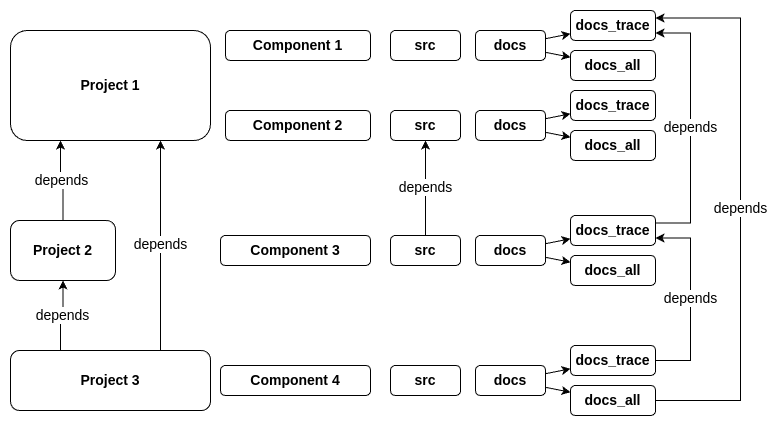
useblocks/bazel-drives-sphinx keeps this draw.io diagram as architecture.drawio.png. Above is the earlier version. Source tidied: cells renumbered, new cells last; positions are measured from the earlier drawing's top-left corner, leaving out a move shared by most shapes. Source of this version:
```xml
<mxGraphModel background="#ffffff">
  <root>
    <mxCell id="0" />
    <mxCell id="1" parent="0" />
    <mxCell id="2" value="Project 1" style="rounded=1;whiteSpace=wrap;html=1;fontSize=14;fontStyle=1;" parent="1" vertex="1">
      <mxGeometry y="20" width="200" height="110" as="geometry" />
    </mxCell>
    <mxCell id="3" value="depends" style="edgeStyle=orthogonalEdgeStyle;rounded=0;jettySize=auto;html=1;fontSize=14;entryX=0.25;entryY=1;entryDx=0;entryDy=0;" parent="1" edge="1" source="4" target="2">
      <mxGeometry relative="1" as="geometry" />
    </mxCell>
    <mxCell id="4" value="Project 2" style="rounded=1;whiteSpace=wrap;html=1;fontSize=14;fontStyle=1;" parent="1" vertex="1">
      <mxGeometry y="210" width="105" height="60" as="geometry" />
    </mxCell>
    <mxCell id="5" value="Project 3" style="rounded=1;whiteSpace=wrap;html=1;fontSize=14;fontStyle=1;" parent="1" vertex="1">
      <mxGeometry y="340" width="200" height="60" as="geometry" />
    </mxCell>
    <mxCell id="6" value="Component 1" style="rounded=1;whiteSpace=wrap;html=1;fontSize=14;fontStyle=1;" parent="1" vertex="1">
      <mxGeometry x="215" y="20" width="145" height="30" as="geometry" />
    </mxCell>
    <mxCell id="7" value="depends" style="edgeStyle=orthogonalEdgeStyle;rounded=0;jettySize=auto;html=1;fontSize=14;exitX=0.25;exitY=0;exitDx=0;exitDy=0;" parent="1" edge="1" source="5" target="4">
      <mxGeometry x="0.01" relative="1" as="geometry" />
    </mxCell>
    <mxCell id="8" value="depends" style="edgeStyle=orthogonalEdgeStyle;rounded=0;jettySize=auto;html=1;fontSize=14;exitX=0.75;exitY=0;exitDx=0;exitDy=0;entryX=0.75;entryY=1;entryDx=0;entryDy=0;" parent="1" edge="1" source="5" target="2">
      <mxGeometry x="0.01" relative="1" as="geometry" />
    </mxCell>
    <mxCell id="9" value="Component 2" style="rounded=1;whiteSpace=wrap;html=1;fontSize=14;fontStyle=1;" parent="1" vertex="1">
      <mxGeometry x="215" y="100" width="145" height="30" as="geometry" />
    </mxCell>
    <mxCell id="10" value="Component 3" style="rounded=1;whiteSpace=wrap;html=1;fontSize=14;fontStyle=1;" parent="1" vertex="1">
      <mxGeometry x="210" y="225" width="150" height="30" as="geometry" />
    </mxCell>
    <mxCell id="11" value="Component 4" style="rounded=1;whiteSpace=wrap;html=1;fontSize=14;fontStyle=1;" parent="1" vertex="1">
      <mxGeometry x="210" y="355" width="150" height="30" as="geometry" />
    </mxCell>
    <mxCell id="12" value="src" style="rounded=1;whiteSpace=wrap;html=1;fontSize=14;fontStyle=1;" parent="1" vertex="1">
      <mxGeometry x="380" y="20" width="70" height="30" as="geometry" />
    </mxCell>
    <mxCell id="13" style="rounded=0;jettySize=auto;html=1;" parent="1" edge="1" source="15" target="21">
      <mxGeometry relative="1" as="geometry" />
    </mxCell>
    <mxCell id="14" style="rounded=0;jettySize=auto;html=1;" parent="1" edge="1" source="15" target="22">
      <mxGeometry relative="1" as="geometry" />
    </mxCell>
    <mxCell id="15" value="docs" style="rounded=1;whiteSpace=wrap;html=1;fontSize=14;fontStyle=1;" parent="1" vertex="1">
      <mxGeometry x="465" y="20" width="70" height="30" as="geometry" />
    </mxCell>
    <mxCell id="16" value="src" style="rounded=1;whiteSpace=wrap;html=1;fontSize=14;fontStyle=1;" parent="1" vertex="1">
      <mxGeometry x="380" y="100" width="70" height="30" as="geometry" />
    </mxCell>
    <mxCell id="17" value="docs" style="rounded=1;whiteSpace=wrap;html=1;fontSize=14;fontStyle=1;" parent="1" vertex="1">
      <mxGeometry x="465" y="100" width="70" height="30" as="geometry" />
    </mxCell>
    <mxCell id="18" value="depends" style="edgeStyle=orthogonalEdgeStyle;rounded=0;jettySize=auto;html=1;fontSize=14;" parent="1" edge="1" source="19" target="16">
      <mxGeometry relative="1" as="geometry" />
    </mxCell>
    <mxCell id="19" value="src" style="rounded=1;whiteSpace=wrap;html=1;fontSize=14;fontStyle=1;" parent="1" vertex="1">
      <mxGeometry x="380" y="225" width="70" height="30" as="geometry" />
    </mxCell>
    <mxCell id="20" value="src" style="rounded=1;whiteSpace=wrap;html=1;fontSize=14;fontStyle=1;" parent="1" vertex="1">
      <mxGeometry x="380" y="355" width="70" height="30" as="geometry" />
    </mxCell>
    <mxCell id="21" value="docs_trace" style="rounded=1;whiteSpace=wrap;html=1;fontSize=14;fontStyle=1;" parent="1" vertex="1">
      <mxGeometry x="560" width="85" height="30" as="geometry" />
    </mxCell>
    <mxCell id="22" value="docs_all" style="rounded=1;whiteSpace=wrap;html=1;fontSize=14;fontStyle=1;" parent="1" vertex="1">
      <mxGeometry x="560" y="40" width="85" height="30" as="geometry" />
    </mxCell>
    <mxCell id="23" style="rounded=0;jettySize=auto;html=1;" parent="1" edge="1" source="17" target="25">
      <mxGeometry relative="1" as="geometry" />
    </mxCell>
    <mxCell id="24" style="rounded=0;jettySize=auto;html=1;" parent="1" edge="1" source="17" target="26">
      <mxGeometry relative="1" as="geometry" />
    </mxCell>
    <mxCell id="25" value="docs_trace" style="rounded=1;whiteSpace=wrap;html=1;fontSize=14;fontStyle=1;" parent="1" vertex="1">
      <mxGeometry x="560" y="80" width="85" height="30" as="geometry" />
    </mxCell>
    <mxCell id="26" value="docs_all" style="rounded=1;whiteSpace=wrap;html=1;fontSize=14;fontStyle=1;" parent="1" vertex="1">
      <mxGeometry x="560" y="120" width="85" height="30" as="geometry" />
    </mxCell>
    <mxCell id="27" value="docs" style="rounded=1;whiteSpace=wrap;html=1;fontSize=14;fontStyle=1;" parent="1" vertex="1">
      <mxGeometry x="465" y="225" width="70" height="30" as="geometry" />
    </mxCell>
    <mxCell id="28" style="rounded=0;jettySize=auto;html=1;" parent="1" edge="1" source="27" target="31">
      <mxGeometry relative="1" as="geometry" />
    </mxCell>
    <mxCell id="29" style="rounded=0;jettySize=auto;html=1;" parent="1" edge="1" source="27" target="32">
      <mxGeometry relative="1" as="geometry" />
    </mxCell>
    <mxCell id="30" value="depends" style="edgeStyle=orthogonalEdgeStyle;rounded=0;jettySize=auto;html=1;entryX=1;entryY=0.75;entryDx=0;entryDy=0;exitX=1;exitY=0.25;exitDx=0;exitDy=0;fontSize=14;" parent="1" edge="1" source="31" target="21">
      <mxGeometry relative="1" as="geometry">
        <Array as="points">
          <mxPoint x="680" y="213" />
          <mxPoint x="680" y="23" />
        </Array>
      </mxGeometry>
    </mxCell>
    <mxCell id="31" value="docs_trace" style="rounded=1;whiteSpace=wrap;html=1;fontSize=14;fontStyle=1;" parent="1" vertex="1">
      <mxGeometry x="560" y="205" width="85" height="30" as="geometry" />
    </mxCell>
    <mxCell id="32" value="docs_all" style="rounded=1;whiteSpace=wrap;html=1;fontSize=14;fontStyle=1;" parent="1" vertex="1">
      <mxGeometry x="560" y="245" width="85" height="30" as="geometry" />
    </mxCell>
    <mxCell id="33" value="docs" style="rounded=1;whiteSpace=wrap;html=1;fontSize=14;fontStyle=1;" parent="1" vertex="1">
      <mxGeometry x="465" y="355" width="70" height="30" as="geometry" />
    </mxCell>
    <mxCell id="34" style="rounded=0;jettySize=auto;html=1;" parent="1" edge="1" source="33" target="37">
      <mxGeometry relative="1" as="geometry" />
    </mxCell>
    <mxCell id="35" style="rounded=0;jettySize=auto;html=1;" parent="1" edge="1" source="33" target="38">
      <mxGeometry relative="1" as="geometry" />
    </mxCell>
    <mxCell id="36" value="depends" style="edgeStyle=orthogonalEdgeStyle;rounded=0;jettySize=auto;html=1;entryX=1;entryY=0.75;entryDx=0;entryDy=0;exitX=1;exitY=0.5;exitDx=0;exitDy=0;fontSize=14;" parent="1" edge="1" source="37" target="31">
      <mxGeometry relative="1" as="geometry">
        <Array as="points">
          <mxPoint x="680" y="350" />
          <mxPoint x="680" y="228" />
        </Array>
      </mxGeometry>
    </mxCell>
    <mxCell id="37" value="docs_trace" style="rounded=1;whiteSpace=wrap;html=1;fontSize=14;fontStyle=1;" parent="1" vertex="1">
      <mxGeometry x="560" y="335" width="85" height="30" as="geometry" />
    </mxCell>
    <mxCell id="38" value="docs_all" style="rounded=1;whiteSpace=wrap;html=1;fontSize=14;fontStyle=1;" parent="1" vertex="1">
      <mxGeometry x="560" y="375" width="85" height="30" as="geometry" />
    </mxCell>
    <mxCell id="39" value="depends" style="edgeStyle=orthogonalEdgeStyle;rounded=0;jettySize=auto;html=1;entryX=1;entryY=0.25;entryDx=0;entryDy=0;exitX=1;exitY=0.5;exitDx=0;exitDy=0;fontSize=14;" parent="1" edge="1" source="38" target="21">
      <mxGeometry relative="1" as="geometry">
        <Array as="points">
          <mxPoint x="730" y="390" />
          <mxPoint x="730" y="7" />
        </Array>
      </mxGeometry>
    </mxCell>
  </root>
</mxGraphModel>
```
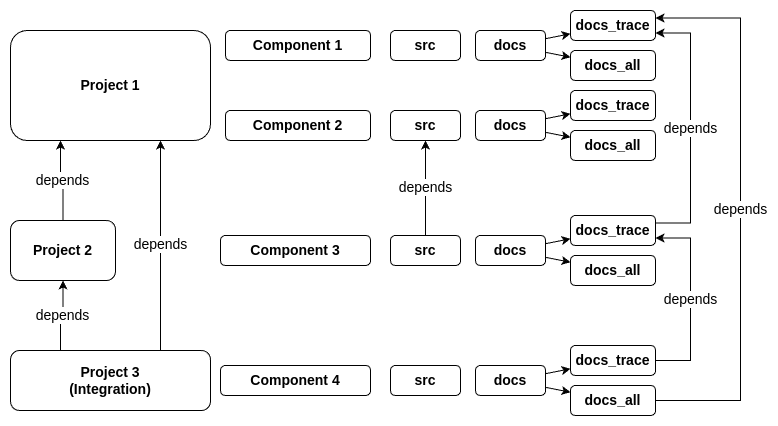
After the change.

Commit message:
Name project 3 int

The edit, as a diff of the source:
```diff
@@ -11,7 +11,7 @@
     <mxCell id="4" value="Project 2" style="rounded=1;whiteSpace=wrap;html=1;fontSize=14;fontStyle=1;" parent="1" vertex="1">
       <mxGeometry y="210" width="105" height="60" as="geometry" />
     </mxCell>
-    <mxCell id="5" value="Project 3" style="rounded=1;whiteSpace=wrap;html=1;fontSize=14;fontStyle=1;" parent="1" vertex="1">
+    <mxCell id="5" value="Project 3&lt;br&gt;(Integration)" style="rounded=1;whiteSpace=wrap;html=1;fontSize=14;fontStyle=1;" parent="1" vertex="1">
       <mxGeometry y="340" width="200" height="60" as="geometry" />
     </mxCell>
     <mxCell id="6" value="Component 1" style="rounded=1;whiteSpace=wrap;html=1;fontSize=14;fontStyle=1;" parent="1" vertex="1">
```
